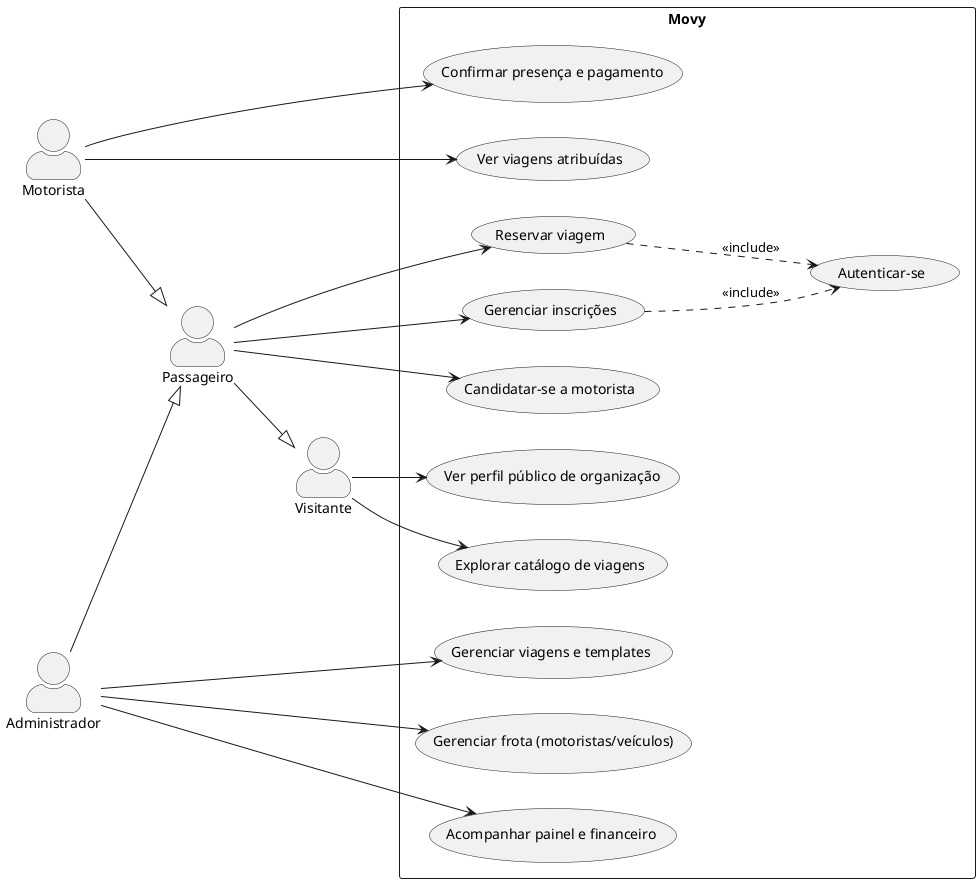
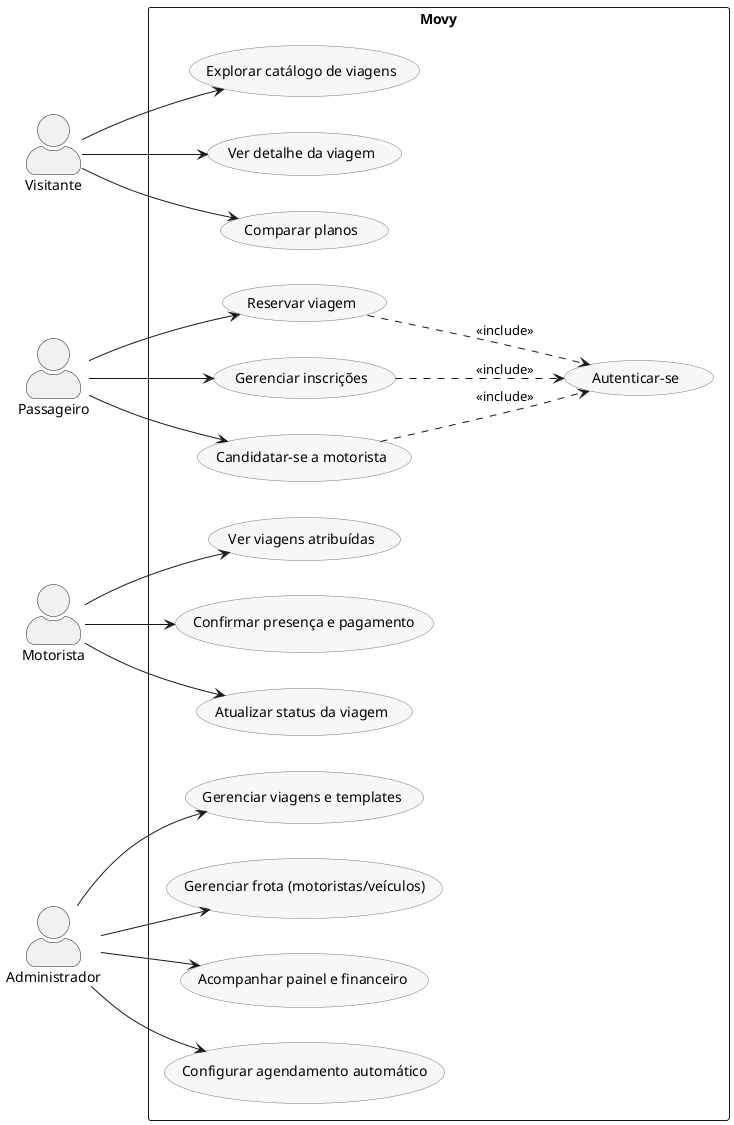
@startuml casos-de-uso
- ' Casos de uso (Seção 3.2) — EXEMPLO legível (subconjunto representativo).
- ' A lista exaustiva de funcionalidades está na Tabela de Requisitos Funcionais (tab:rf).
- ' Render: java -jar plantuml.jar -tpdf casos-de-uso.puml -o ../imagens
+ ' Casos de uso (Seção 3.2) — visão representativa e compacta.
+ ' A lista completa está na tabela de casos de uso (tab:casos_uso) e na de
+ ' requisitos funcionais (tab:rf). A precedência de capacidades
+ ' (Passageiro > Visitante; Motorista/Administrador > Passageiro) é descrita no texto.
+ ' Render: java -jar plantuml.jar -charset UTF-8 -tpng casos-de-uso.puml -o ../imagens
left to right direction
skinparam shadowing false
skinparam packageStyle rectangle
skinparam actorStyle awesome
+ skinparam usecase {
+   BackgroundColor #F7F7F7
+   BorderColor #777777
+ }

- actor "Visitante" as V
- actor "Passageiro" as P
- actor "Motorista" as M
- actor "Administrador" as A
+ actor Visitante     as V
+ actor Passageiro    as P
+ actor Motorista     as M
+ actor Administrador as A

- ' Generalização: precedência crescente de capacidades
- P --|> V
- M --|> P
- A --|> P
- 
- rectangle "Movy" {
-   usecase "Explorar catálogo de viagens" as UC1
-   usecase "Ver perfil público de organização" as UC2
-   usecase "Autenticar-se" as UCAuth
-   usecase "Reservar viagem" as UC3
-   usecase "Gerenciar inscrições" as UC4
-   usecase "Candidatar-se a motorista" as UC5
-   usecase "Ver viagens atribuídas" as UC6
-   usecase "Confirmar presença e pagamento" as UC7
-   usecase "Gerenciar viagens e templates" as UC8
-   usecase "Gerenciar frota (motoristas/veículos)" as UC9
-   usecase "Acompanhar painel e financeiro" as UC10
+ rectangle Movy {
+   usecase "Explorar catálogo de viagens"          as UC1
+   usecase "Ver detalhe da viagem"                 as UC2
+   usecase "Comparar planos"                        as UC3
+   usecase "Autenticar-se"                          as UCa
+   usecase "Reservar viagem"                        as UC4
+   usecase "Gerenciar inscrições"                   as UC5
+   usecase "Candidatar-se a motorista"             as UC6
+   usecase "Ver viagens atribuídas"                as UC7
+   usecase "Confirmar presença e pagamento"        as UC8
+   usecase "Atualizar status da viagem"            as UC9
+   usecase "Gerenciar viagens e templates"         as UC10
+   usecase "Gerenciar frota (motoristas/veículos)" as UC11
+   usecase "Acompanhar painel e financeiro"        as UC12
+   usecase "Configurar agendamento automático"     as UC13
}

V --> UC1
V --> UC2
- P --> UC3
+ V --> UC3
P --> UC4
P --> UC5
- M --> UC6
+ P --> UC6
M --> UC7
- A --> UC8
- A --> UC9
+ M --> UC8
+ M --> UC9
A --> UC10
+ A --> UC11
+ A --> UC12
+ A --> UC13

- UC3 ..> UCAuth : <<include>>
- UC4 ..> UCAuth : <<include>>
+ UC4 ..> UCa : <<include>>
+ UC5 ..> UCa : <<include>>
+ UC6 ..> UCa : <<include>>
@enduml
